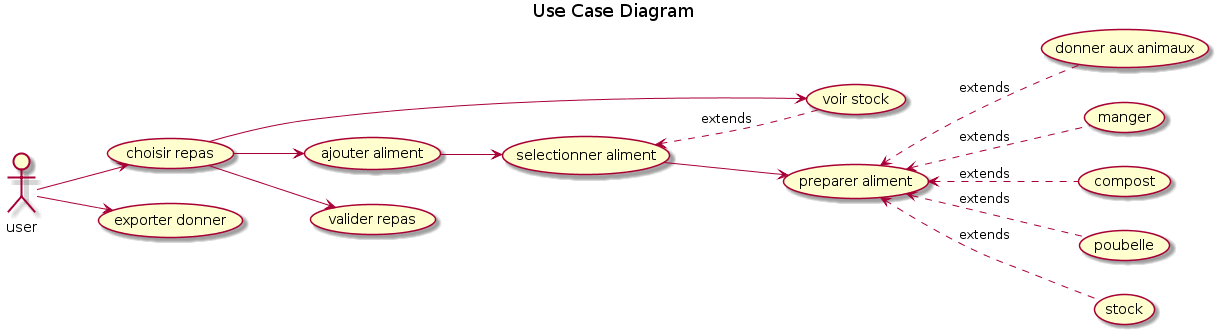
tbouete/SuiviDechetsOrg keeps this PlantUML diagram as UseCase.png. Above is the earlier version.
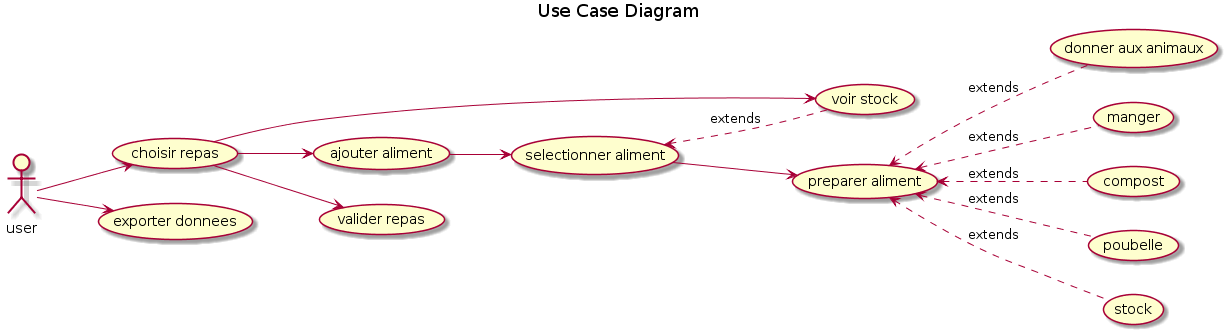
The same file after the commit.

Commit message:
Correction UseCase

The edit, as a diff of the source:
```diff
@@ -8,9 +8,6 @@
 (choisir repas) --> (valider repas)
 (ajouter aliment) -->(selectionner aliment)
 (selectionner aliment) <.down. (voir stock) : extends
-
-
-
 (selectionner aliment) --> (preparer aliment)
 (preparer aliment) <.down. (donner aux animaux) : extends
 (preparer aliment) <.down. (manger) : extends
@@ -19,5 +16,5 @@
 (preparer aliment) <.down. (stock) : extends
 
 
-user --> (exporter donner)
+user --> (exporter donnees)
 @enduml
```
